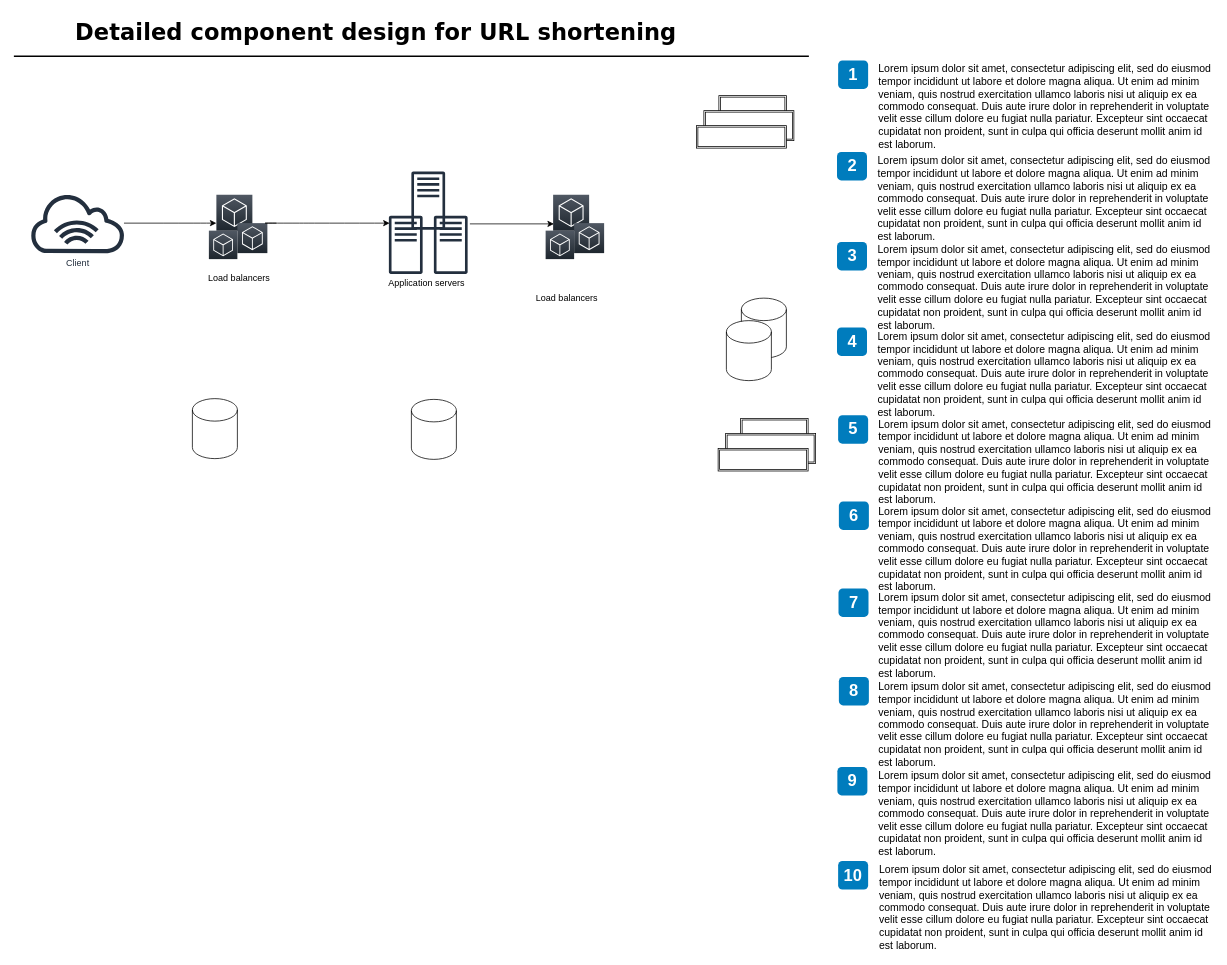
Before: Detailed component design for URL shortening.drawio in PankajSAgarwal/System-Design, a draw.io diagram. Source tidied: cells renumbered, new cells numbered last; positions are measured from the earlier drawing's top-left corner, leaving out a move shared by most shapes. Both pictures are drawn from the tidied source at 75%, with x=0, y=0 at pixel (14, 13).
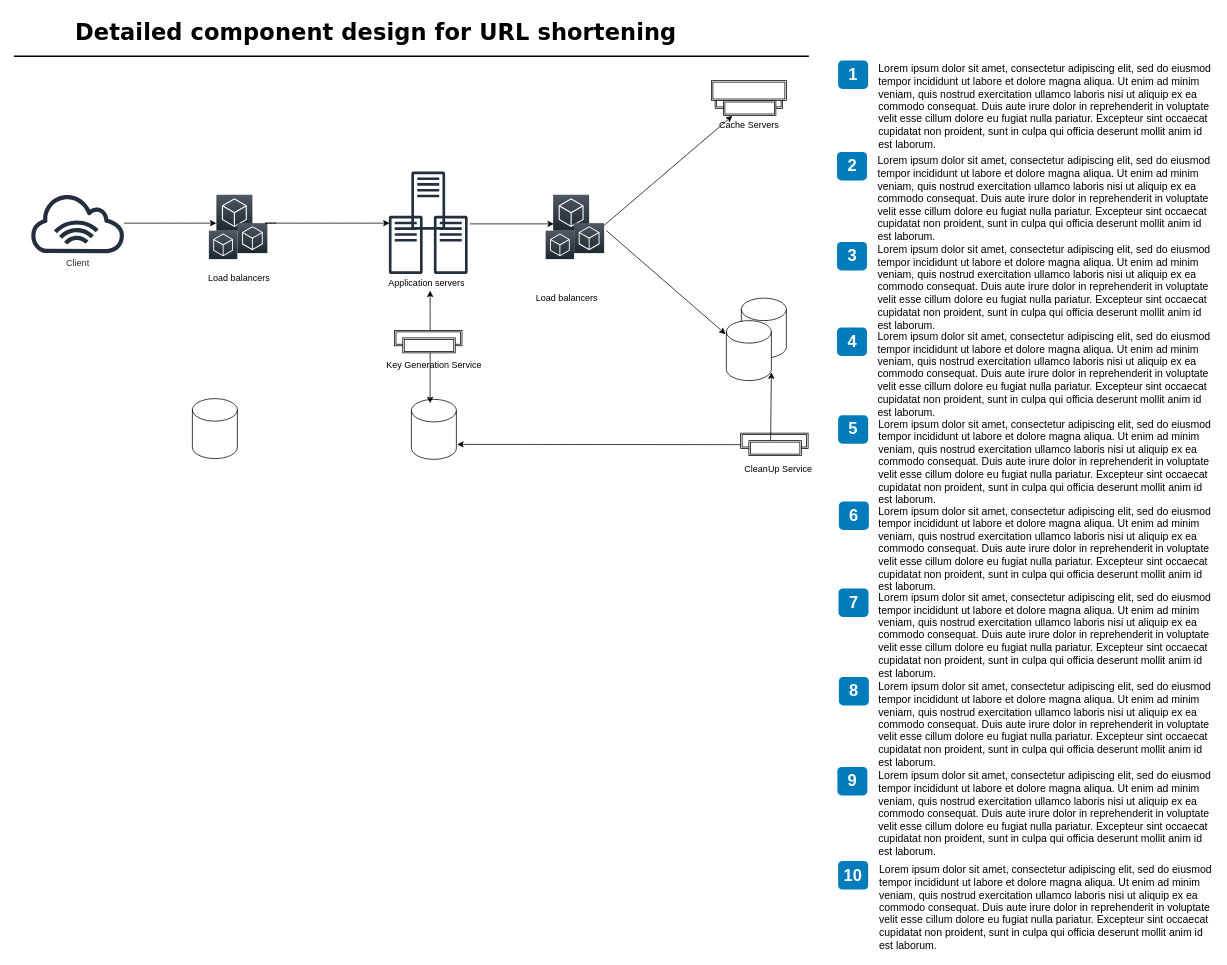
The same diagram, later.

Unchanged cells that the change refers to:
```xml
<mxCell id="32" value="Application servers" style="text;html=1;align=center;verticalAlign=middle;points=[];" parent="1" vertex="1">
  <mxGeometry x="490" y="350" width="120" height="20" as="geometry" />
</mxCell>
<mxCell id="34" style="shape=cylinder2;whiteSpace=wrap;html=1;boundedLbl=1;backgroundOutline=1;size=15;" parent="1" vertex="1">
  <mxGeometry x="530" y="515" width="60" height="80" as="geometry" />
</mxCell>
<mxCell id="37" style="shape=cylinder2;whiteSpace=wrap;html=1;boundedLbl=1;backgroundOutline=1;size=15;" parent="1" vertex="1">
  <mxGeometry x="950" y="410" width="60" height="80" as="geometry" />
</mxCell>
<mxCell id="45" style="gradientDirection=north;outlineConnect=0;fontColor=#232F3E;gradientColor=#505863;fillColor=#1E262E;strokeColor=#ffffff;dashed=0;verticalLabelPosition=bottom;verticalAlign=top;align=center;html=1;fontSize=12;fontStyle=0;shape=mxgraph.aws4.resourceIcon;resIcon=mxgraph.aws4.general;" parent="1" vertex="1">
  <mxGeometry x="747" y="280" width="40" height="40" as="geometry" />
</mxCell>
```

The edit, as a diff of the source:
```diff
@@
-    <mxCell id="38" style="shape=ext;double=1;rounded=0;whiteSpace=wrap;html=1;" parent="1" vertex="1">
-      <mxGeometry x="940" y="110" width="90" height="40" as="geometry" />
-    </mxCell>
-    <mxCell id="39" style="shape=ext;double=1;rounded=0;whiteSpace=wrap;html=1;" parent="1" vertex="1">
-      <mxGeometry x="920" y="130" width="120" height="40" as="geometry" />
-    </mxCell>
-    <mxCell id="40" style="shape=ext;double=1;rounded=0;whiteSpace=wrap;html=1;" parent="1" vertex="1">
-      <mxGeometry x="910" y="150" width="120" height="30" as="geometry" />
-    </mxCell>
     <mxCell id="41" style="shape=ext;double=1;rounded=0;whiteSpace=wrap;html=1;" parent="1" vertex="1">
-      <mxGeometry x="969" y="540.5" width="90" height="40" as="geometry" />
+      <mxGeometry x="969" y="560" width="90" height="20.5" as="geometry" />
     </mxCell>
     <mxCell id="42" style="shape=ext;double=1;rounded=0;whiteSpace=wrap;html=1;" parent="1" vertex="1">
-      <mxGeometry x="949" y="560.5" width="120" height="40" as="geometry" />
+      <mxGeometry x="980" y="570" width="70" height="20" as="geometry" />
     </mxCell>
-    <mxCell id="43" style="shape=ext;double=1;rounded=0;whiteSpace=wrap;html=1;" parent="1" vertex="1">
-      <mxGeometry x="939" y="580.5" width="120" height="30" as="geometry" />
-    </mxCell>
@@
+    <mxCell id="50" style="shape=ext;double=1;rounded=0;whiteSpace=wrap;html=1;" parent="1" vertex="1">
+      <mxGeometry x="935" y="106.5" width="90" height="20.5" as="geometry" />
+    </mxCell>
+    <mxCell id="51" style="shape=ext;double=1;rounded=0;whiteSpace=wrap;html=1;" parent="1" vertex="1">
+      <mxGeometry x="946" y="116.5" width="70" height="20" as="geometry" />
+    </mxCell>
+    <mxCell id="52" style="shape=ext;double=1;rounded=0;whiteSpace=wrap;html=1;" parent="1" vertex="1">
+      <mxGeometry x="930" y="90" width="100" height="26.5" as="geometry" />
+    </mxCell>
+    <mxCell id="53" style="shape=ext;double=1;rounded=0;whiteSpace=wrap;html=1;" parent="1" vertex="1">
+      <mxGeometry x="507.5" y="423" width="90" height="20.5" as="geometry" />
+    </mxCell>
+    <mxCell id="54" style="shape=ext;double=1;rounded=0;whiteSpace=wrap;html=1;" parent="1" vertex="1">
+      <mxGeometry x="518.5" y="433" width="70" height="20" as="geometry" />
+    </mxCell>
+    <mxCell id="55" style="endArrow=classic;html=1;entryX=0.171;entryY=1.025;entryDx=0;entryDy=0;entryPerimeter=0;" parent="1" edge="1" source="45" target="51">
+      <mxGeometry relative="1" as="geometry" />
+    </mxCell>
+    <mxCell id="56" style="endArrow=classic;html=1;entryX=-0.017;entryY=0.225;entryDx=0;entryDy=0;entryPerimeter=0;" parent="1" edge="1" target="37">
+      <mxGeometry relative="1" as="geometry">
+        <mxPoint x="790" y="290" as="sourcePoint" />
+      </mxGeometry>
+    </mxCell>
+    <mxCell id="57" value="Cache Servers" style="text;html=1;align=center;verticalAlign=middle;" parent="1" vertex="1">
+      <mxGeometry x="935" y="140" width="90" height="20" as="geometry" />
+    </mxCell>
+    <mxCell id="58" value="CleanUp Service" style="text;html=1;align=center;verticalAlign=middle;" parent="1" vertex="1">
+      <mxGeometry x="964" y="598" width="110" height="20" as="geometry" />
+    </mxCell>
+    <mxCell id="59" style="endArrow=classic;html=1;exitX=0.411;exitY=0.488;exitDx=0;exitDy=0;exitPerimeter=0;entryX=1;entryY=0.863;entryDx=0;entryDy=0;entryPerimeter=0;" parent="1" edge="1" target="37">
+      <mxGeometry relative="1" as="geometry">
+        <mxPoint x="1009" y="570" as="sourcePoint" />
+      </mxGeometry>
+    </mxCell>
+    <mxCell id="60" style="endArrow=classic;html=1;exitX=0;exitY=0.75;exitDx=0;exitDy=0;entryX=1.017;entryY=0.75;entryDx=0;entryDy=0;entryPerimeter=0;" parent="1" edge="1" source="41" target="34">
+      <mxGeometry relative="1" as="geometry" />
+    </mxCell>
+    <mxCell id="61" value="Key Generation Service" style="text;html=1;align=center;verticalAlign=middle;" parent="1" vertex="1">
+      <mxGeometry x="490" y="460" width="140" height="20" as="geometry" />
+    </mxCell>
+    <mxCell id="62" style="endArrow=classic;html=1;entryX=0.542;entryY=1;entryDx=0;entryDy=0;entryPerimeter=0;" parent="1" edge="1" target="32">
+      <mxGeometry relative="1" as="geometry">
+        <mxPoint x="555" y="423" as="sourcePoint" />
+      </mxGeometry>
+    </mxCell>
+    <mxCell id="63" style="endArrow=classic;html=1;entryX=0.417;entryY=0.063;entryDx=0;entryDy=0;entryPerimeter=0;" parent="1" edge="1" target="34">
+      <mxGeometry relative="1" as="geometry">
+        <mxPoint x="555" y="453" as="sourcePoint" />
+      </mxGeometry>
+    </mxCell>
```
